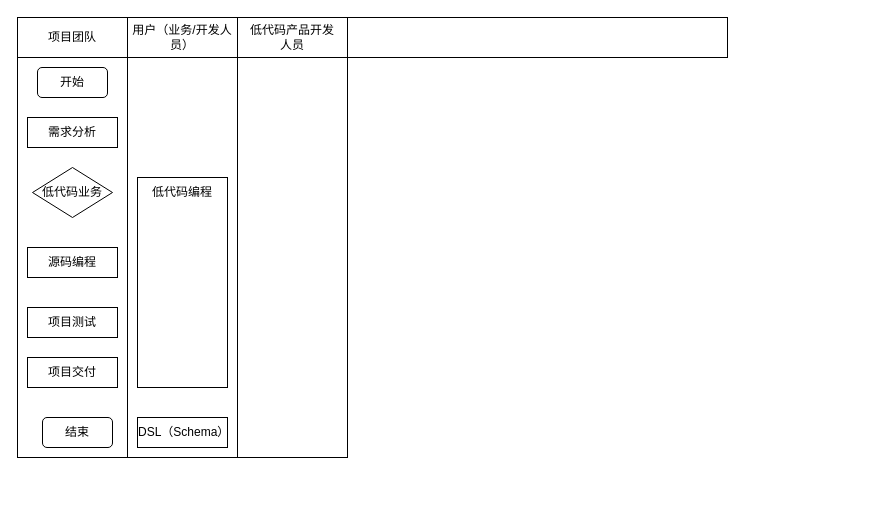
Earlier version of the draw.io diagram 低代码——泳道图.drawio (tangyaosimida/love). Source tidied: cells renumbered, new cells numbered last; positions are measured from the earlier drawing's top-left corner, leaving out a move shared by most shapes. Both pictures are drawn from the tidied source at 100%, with x=0, y=0 at pixel (17, 17).
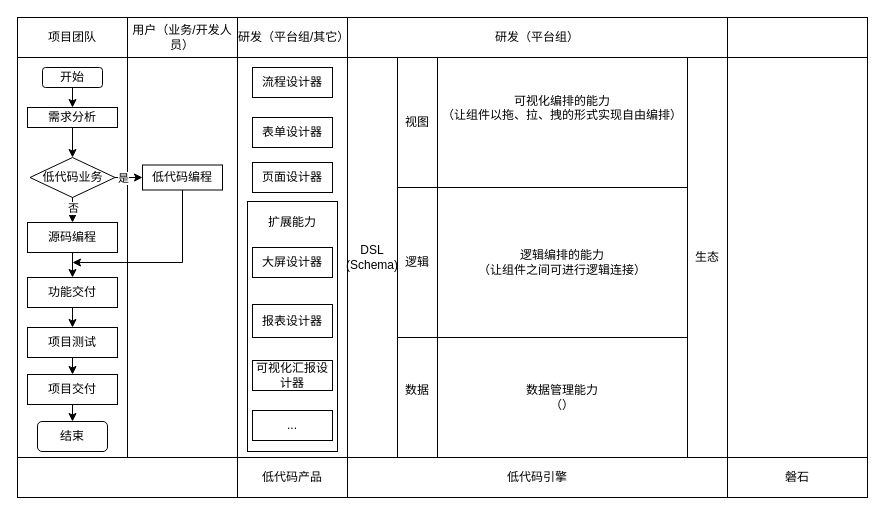
The same diagram, later.

Commit message (it also covers changes not shown here):
更新低代码——泳道图.drawio

Change to the diagram source:
```diff
@@
+    <mxCell id="6" style="rounded=0;whiteSpace=wrap;html=1;fillColor=none;" parent="1" vertex="1">
+      <mxGeometry x="220" y="40" width="110" height="400" as="geometry" />
+    </mxCell>
+    <mxCell id="19" style="rounded=0;whiteSpace=wrap;html=1;fillColor=none;" parent="1" vertex="1">
+      <mxGeometry x="230" y="184" width="90" height="250" as="geometry" />
+    </mxCell>
-    <mxCell id="2" style="rounded=0;whiteSpace=wrap;html=1;" parent="1" vertex="1">
-      <mxGeometry x="110" width="600" height="40" as="geometry" />
+    <mxCell id="2" value="研发（平台组）" style="rounded=0;whiteSpace=wrap;html=1;align=center;" parent="1" vertex="1">
+      <mxGeometry x="330" width="380" height="40" as="geometry" />
     </mxCell>
@@
-    <mxCell id="4" value="低代码产品开发&lt;div&gt;人员&lt;/div&gt;" style="rounded=0;whiteSpace=wrap;html=1;" parent="1" vertex="1">
+    <mxCell id="4" value="研发（平台组/其它）" style="rounded=0;whiteSpace=wrap;html=1;" parent="1" vertex="1">
       <mxGeometry x="220" width="110" height="40" as="geometry" />
     </mxCell>
@@
-    <mxCell id="6" style="rounded=0;whiteSpace=wrap;html=1;" parent="1" vertex="1">
-      <mxGeometry x="220" y="40" width="110" height="400" as="geometry" />
-    </mxCell>
@@
     <mxCell id="9" value="开始" style="rounded=1;whiteSpace=wrap;html=1;" parent="1" vertex="1">
-      <mxGeometry x="20" y="50" width="70" height="30" as="geometry" />
+      <mxGeometry x="25" y="50" width="60" height="20" as="geometry" />
     </mxCell>
     <mxCell id="10" value="低代码业务" style="rhombus;whiteSpace=wrap;html=1;" parent="1" vertex="1">
-      <mxGeometry x="15" y="150" width="80" height="50" as="geometry" />
+      <mxGeometry x="12.5" y="140" width="85" height="40" as="geometry" />
     </mxCell>
     <mxCell id="11" value="需求分析" style="rounded=0;whiteSpace=wrap;html=1;" parent="1" vertex="1">
-      <mxGeometry x="10" y="100" width="90" height="30" as="geometry" />
+      <mxGeometry x="10" y="90" width="90" height="20" as="geometry" />
     </mxCell>
     <mxCell id="12" value="结束" style="rounded=1;whiteSpace=wrap;html=1;" parent="1" vertex="1">
-      <mxGeometry x="25" y="400" width="70" height="30" as="geometry" />
+      <mxGeometry x="20" y="404" width="70" height="30" as="geometry" />
     </mxCell>
     <mxCell id="13" value="项目测试" style="rounded=0;whiteSpace=wrap;html=1;" parent="1" vertex="1">
-      <mxGeometry x="10" y="290" width="90" height="30" as="geometry" />
+      <mxGeometry x="10" y="310" width="90" height="30" as="geometry" />
     </mxCell>
     <mxCell id="14" value="源码编程" style="rounded=0;whiteSpace=wrap;html=1;" parent="1" vertex="1">
-      <mxGeometry x="10" y="230" width="90" height="30" as="geometry" />
+      <mxGeometry x="10" y="205" width="90" height="30" as="geometry" />
     </mxCell>
     <mxCell id="15" value="项目交付" style="rounded=0;whiteSpace=wrap;html=1;" parent="1" vertex="1">
-      <mxGeometry x="10" y="340" width="90" height="30" as="geometry" />
+      <mxGeometry x="10" y="357" width="90" height="30" as="geometry" />
     </mxCell>
-    <mxCell id="16" style="rounded=0;whiteSpace=wrap;html=1;" parent="1" vertex="1">
-      <mxGeometry x="120" y="160" width="90" height="210" as="geometry" />
-    </mxCell>
-    <mxCell id="17" value="DSL（Schema）" style="rounded=0;whiteSpace=wrap;html=1;" parent="1" vertex="1">
-      <mxGeometry x="120" y="400" width="90" height="30" as="geometry" />
-    </mxCell>
+    <mxCell id="20" style="endArrow=classic;html=1;rounded=0;exitX=0.5;exitY=1;exitDx=0;exitDy=0;" parent="1" edge="1" source="9" target="11">
+      <mxGeometry relative="1" as="geometry" />
+    </mxCell>
+    <mxCell id="21" style="endArrow=classic;html=1;rounded=0;exitX=0.5;exitY=1;exitDx=0;exitDy=0;entryX=0.5;entryY=0;entryDx=0;entryDy=0;" parent="1" edge="1" source="11" target="10">
+      <mxGeometry relative="1" as="geometry" />
+    </mxCell>
+    <mxCell id="22" style="endArrow=classic;html=1;rounded=0;exitX=0.5;exitY=1;exitDx=0;exitDy=0;" parent="1" edge="1" source="10" target="14">
+      <mxGeometry relative="1" as="geometry" />
+    </mxCell>
+    <mxCell id="23" value="否" style="edgeLabel;html=1;align=center;verticalAlign=middle;" parent="22" vertex="1">
+      <mxGeometry x="-0.22" relative="1" as="geometry" />
+    </mxCell>
+    <mxCell id="24" style="endArrow=classic;html=1;rounded=0;exitX=0.5;exitY=1;exitDx=0;exitDy=0;entryX=0.5;entryY=0;entryDx=0;entryDy=0;" parent="1" edge="1" source="14" target="27">
+      <mxGeometry relative="1" as="geometry" />
+    </mxCell>
+    <mxCell id="25" style="endArrow=classic;html=1;rounded=0;exitX=0.5;exitY=1;exitDx=0;exitDy=0;entryX=0.5;entryY=0;entryDx=0;entryDy=0;" parent="1" edge="1" source="13" target="15">
+      <mxGeometry relative="1" as="geometry" />
+    </mxCell>
+    <mxCell id="26" style="endArrow=classic;html=1;rounded=0;exitX=0.5;exitY=1;exitDx=0;exitDy=0;entryX=0.5;entryY=0;entryDx=0;entryDy=0;" parent="1" edge="1" source="15" target="12">
+      <mxGeometry relative="1" as="geometry" />
+    </mxCell>
+    <mxCell id="27" value="功能交付" style="rounded=0;whiteSpace=wrap;html=1;" parent="1" vertex="1">
+      <mxGeometry x="10" y="260" width="90" height="30" as="geometry" />
+    </mxCell>
+    <mxCell id="28" style="endArrow=classic;html=1;rounded=0;exitX=0.5;exitY=1;exitDx=0;exitDy=0;entryX=0.5;entryY=0;entryDx=0;entryDy=0;" parent="1" edge="1" source="27" target="13">
+      <mxGeometry relative="1" as="geometry" />
+    </mxCell>
-    <mxCell id="18" value="低代码编程" style="text;html=1;align=center;verticalAlign=middle;whiteSpace=wrap;rounded=0;" parent="1" vertex="1">
-      <mxGeometry x="130" y="160" width="70" height="30" as="geometry" />
+    <mxCell id="18" value="低代码编程" style="rounded=0;whiteSpace=wrap;html=1;" parent="1" vertex="1">
+      <mxGeometry x="125" y="147.5" width="80" height="25" as="geometry" />
     </mxCell>
+    <mxCell id="29" style="endArrow=classic;html=1;rounded=0;exitX=0.5;exitY=1;exitDx=0;exitDy=0;" parent="1" edge="1" source="18">
+      <mxGeometry relative="1" as="geometry">
+        <mxPoint x="55" y="245" as="targetPoint" />
+        <Array as="points">
+          <mxPoint x="165" y="245" />
+        </Array>
+      </mxGeometry>
+    </mxCell>
+    <mxCell id="30" style="endArrow=classic;html=1;rounded=0;entryX=0;entryY=0.5;entryDx=0;entryDy=0;exitX=1;exitY=0.5;exitDx=0;exitDy=0;" parent="1" edge="1" source="10" target="18">
+      <mxGeometry relative="1" as="geometry" />
+    </mxCell>
+    <mxCell id="31" value="是" style="edgeLabel;html=1;align=center;verticalAlign=middle;" parent="30" vertex="1">
+      <mxGeometry x="-0.45" relative="1" as="geometry" />
+    </mxCell>
+    <mxCell id="32" value="流程设计器" style="rounded=0;whiteSpace=wrap;html=1;" parent="1" vertex="1">
+      <mxGeometry x="235" y="50" width="80" height="30" as="geometry" />
+    </mxCell>
+    <mxCell id="33" value="表单设计器" style="rounded=0;whiteSpace=wrap;html=1;" parent="1" vertex="1">
+      <mxGeometry x="235" y="100" width="80" height="30" as="geometry" />
+    </mxCell>
+    <mxCell id="34" value="页面设计器" style="rounded=0;whiteSpace=wrap;html=1;" parent="1" vertex="1">
+      <mxGeometry x="235" y="145" width="80" height="30" as="geometry" />
+    </mxCell>
+    <mxCell id="35" value="报表设计器" style="rounded=0;whiteSpace=wrap;html=1;" parent="1" vertex="1">
+      <mxGeometry x="235" y="287" width="80" height="33" as="geometry" />
+    </mxCell>
+    <mxCell id="36" value="大屏设计器" style="rounded=0;whiteSpace=wrap;html=1;" parent="1" vertex="1">
+      <mxGeometry x="235" y="230" width="80" height="30" as="geometry" />
+    </mxCell>
+    <mxCell id="37" value="可视化汇报设计器" style="rounded=0;whiteSpace=wrap;html=1;" parent="1" vertex="1">
+      <mxGeometry x="235" y="343" width="80" height="30" as="geometry" />
+    </mxCell>
+    <mxCell id="38" value="..." style="rounded=0;whiteSpace=wrap;html=1;" parent="1" vertex="1">
+      <mxGeometry x="235" y="393" width="80" height="30" as="geometry" />
+    </mxCell>
+    <mxCell id="39" style="rounded=0;whiteSpace=wrap;html=1;" parent="1" vertex="1">
+      <mxGeometry y="440" width="710" height="40" as="geometry" />
+    </mxCell>
+    <mxCell id="40" value="低代码产品" style="rounded=0;whiteSpace=wrap;html=1;" parent="1" vertex="1">
+      <mxGeometry x="220" y="440" width="110" height="40" as="geometry" />
+    </mxCell>
+    <mxCell id="41" value="低代码引擎" style="rounded=0;whiteSpace=wrap;html=1;" parent="1" vertex="1">
+      <mxGeometry x="330" y="440" width="380" height="40" as="geometry" />
+    </mxCell>
+    <mxCell id="42" style="rounded=0;whiteSpace=wrap;html=1;" parent="1" vertex="1">
+      <mxGeometry x="330" y="40" width="380" height="400" as="geometry" />
+    </mxCell>
+    <mxCell id="43" value="磐石" style="rounded=0;whiteSpace=wrap;html=1;" parent="1" vertex="1">
+      <mxGeometry x="710" y="440" width="140" height="40" as="geometry" />
+    </mxCell>
+    <mxCell id="44" style="rounded=0;whiteSpace=wrap;html=1;" parent="1" vertex="1">
+      <mxGeometry x="710" y="40" width="140" height="400" as="geometry" />
+    </mxCell>
+    <mxCell id="45" style="rounded=0;whiteSpace=wrap;html=1;" parent="1" vertex="1">
+      <mxGeometry x="710" width="140" height="40" as="geometry" />
+    </mxCell>
+    <mxCell id="46" value="DSL&lt;div&gt;(Schema)&lt;/div&gt;" style="rounded=0;whiteSpace=wrap;html=1;" parent="1" vertex="1">
+      <mxGeometry x="330" y="40" width="50" height="400" as="geometry" />
+    </mxCell>
+    <mxCell id="47" value="可视化编排的能力&lt;div&gt;（让组件以拖、拉、拽的形式实现自由编排）&lt;br&gt;&lt;div&gt;&lt;br&gt;&lt;div&gt;&lt;div&gt;&lt;div&gt;&lt;div&gt;&lt;br&gt;&lt;/div&gt;&lt;/div&gt;&lt;/div&gt;&lt;/div&gt;&lt;/div&gt;&lt;/div&gt;" style="rounded=0;whiteSpace=wrap;html=1;" parent="1" vertex="1">
+      <mxGeometry x="420" y="40" width="250" height="130" as="geometry" />
+    </mxCell>
+    <mxCell id="48" value="逻辑编排的能力&lt;div&gt;（让组件之间可进行逻辑连接）&lt;/div&gt;" style="rounded=0;whiteSpace=wrap;html=1;" parent="1" vertex="1">
+      <mxGeometry x="420" y="170" width="250" height="150" as="geometry" />
+    </mxCell>
+    <mxCell id="49" value="数据管理能力&lt;div&gt;（）&lt;/div&gt;" style="rounded=0;whiteSpace=wrap;html=1;" parent="1" vertex="1">
+      <mxGeometry x="420" y="320" width="250" height="120" as="geometry" />
+    </mxCell>
+    <mxCell id="50" value="生态" style="rounded=0;whiteSpace=wrap;html=1;" parent="1" vertex="1">
+      <mxGeometry x="670" y="40" width="40" height="400" as="geometry" />
+    </mxCell>
+    <mxCell id="51" value="视图" style="rounded=0;whiteSpace=wrap;html=1;" parent="1" vertex="1">
+      <mxGeometry x="380" y="40" width="40" height="130" as="geometry" />
+    </mxCell>
+    <mxCell id="52" value="逻辑" style="rounded=0;whiteSpace=wrap;html=1;" parent="1" vertex="1">
+      <mxGeometry x="380" y="170" width="40" height="150" as="geometry" />
+    </mxCell>
+    <mxCell id="53" value="数据&lt;div&gt;&lt;br&gt;&lt;/div&gt;" style="rounded=0;whiteSpace=wrap;html=1;" parent="1" vertex="1">
+      <mxGeometry x="380" y="320" width="40" height="120" as="geometry" />
+    </mxCell>
+    <mxCell id="54" value="扩展能力" style="text;html=1;align=center;verticalAlign=middle;whiteSpace=wrap;rounded=0;" parent="1" vertex="1">
+      <mxGeometry x="245" y="190" width="60" height="30" as="geometry" />
+    </mxCell>
```
